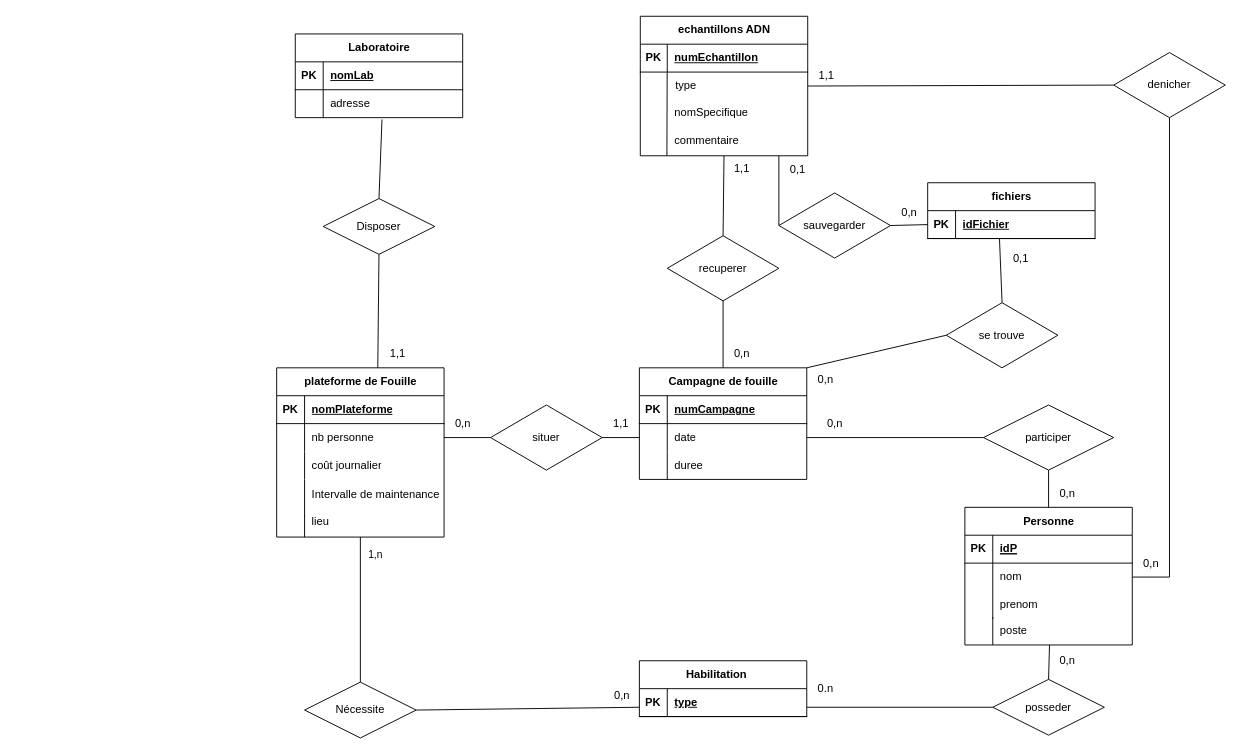
JorisVachey/SAE_ADN keeps this draw.io diagram as SAE ADN.drawio.xml. Above is the earlier version. Source tidied: cells renumbered, new cells numbered last; positions are measured from the earlier drawing's top-left corner, leaving out a move shared by most shapes. Both pictures are drawn from the tidied source at 93%, with x=0, y=0 at pixel (276, 16).
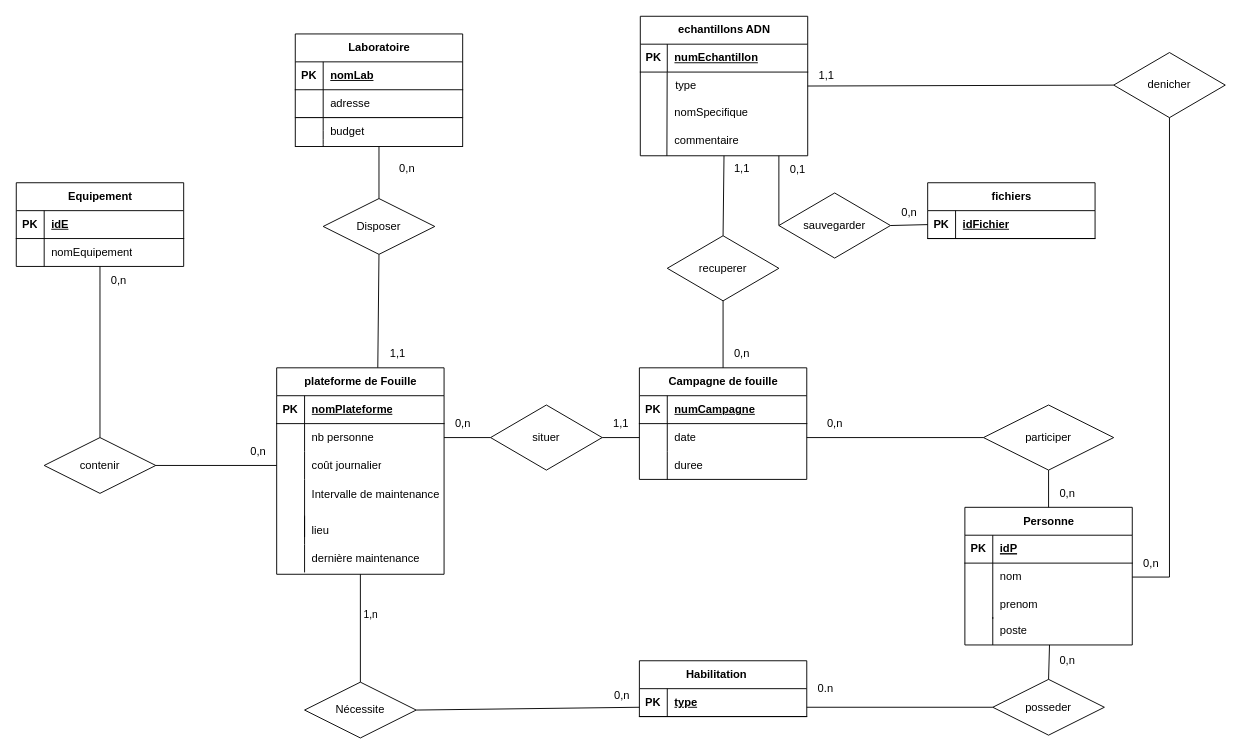
The same diagram, later.

Unchanged cells that the change refers to:
```xml
<mxCell id="9" style="shape=tableRow;horizontal=0;startSize=0;swimlaneHead=0;swimlaneBody=0;fillColor=none;points=[[0,0.5],[1,0.5]];portConstraint=eastwest;top=0;left=0;right=0;bottom=0;" parent="2" vertex="1">
  <mxGeometry y="90" width="180" height="30" as="geometry" />
</mxCell>
<mxCell id="30" value="Campagne de fouille" style="shape=table;startSize=30;childLayout=tableLayout;rowLines=0;fontStyle=1;align=center;html=1;" parent="1" vertex="1">
  <mxGeometry x="390" y="378" width="180" height="120" as="geometry" />
</mxCell>
<mxCell id="50" style="endArrow=none;html=1;rounded=0;exitX=0.5;exitY=0;exitDx=0;exitDy=0;entryX=0.5;entryY=1;entryDx=0;entryDy=0;" parent="1" edge="1" source="46" target="2">
  <mxGeometry relative="1" as="geometry" />
</mxCell>
<mxCell id="75" style="shape=tableRow;horizontal=0;startSize=0;swimlaneHead=0;swimlaneBody=0;fillColor=none;points=[[0,0.5],[1,0.5]];portConstraint=eastwest;top=0;left=0;right=0;bottom=0;" parent="71" vertex="1">
  <mxGeometry y="60" width="180" height="30" as="geometry" />
</mxCell>
<mxCell id="80" value="&lt;div&gt;Disposer&lt;/div&gt;" style="shape=rhombus;perimeter=rhombusPerimeter;whiteSpace=wrap;html=1;align=center;" parent="1" vertex="1">
  <mxGeometry x="50" y="196" width="120" height="60" as="geometry" />
</mxCell>
<mxCell id="92" style="shape=tableRow;horizontal=0;startSize=0;swimlaneHead=0;swimlaneBody=0;fillColor=none;points=[[0,0.5],[1,0.5]];portConstraint=eastwest;top=0;left=0;right=0;bottom=1;" parent="91" vertex="1">
  <mxGeometry y="30" width="180" height="30" as="geometry" />
</mxCell>
```

Diff of the diagram source:
```diff
@@
     <mxCell id="2" value="plateforme de Fouille" style="shape=table;startSize=30;childLayout=tableLayout;rowLines=0;fontStyle=1;align=center;html=1;" parent="1" vertex="1">
-      <mxGeometry y="378" width="180" height="182" as="geometry" />
+      <mxGeometry y="378" width="180" height="222" as="geometry" />
     </mxCell>
@@
+    <mxCell id="113" style="shape=tableRow;horizontal=0;startSize=0;swimlaneHead=0;swimlaneBody=0;fillColor=none;top=0;left=0;right=0;bottom=0;" parent="2" vertex="1">
+      <mxGeometry y="160" width="180" height="30" as="geometry" />
+    </mxCell>
+    <mxCell id="114" style="shape=partialRectangle;fillColor=none;top=0;left=0;bottom=0;right=0;overflow=hidden;whiteSpace=wrap;html=1;" parent="113" vertex="1">
+      <mxGeometry width="30" height="30" as="geometry" />
+    </mxCell>
+    <mxCell id="111" value="lieu" style="shape=partialRectangle;fillColor=none;top=0;left=0;bottom=0;right=0;align=left;spacingLeft=6;overflow=hidden;whiteSpace=wrap;html=1;" parent="113" vertex="1">
+      <mxGeometry x="30" width="150" height="30" as="geometry" />
+    </mxCell>
+    <mxCell id="115" style="shape=tableRow;horizontal=0;startSize=0;swimlaneHead=0;swimlaneBody=0;fillColor=none;top=0;left=0;right=0;bottom=0;" parent="2" vertex="1">
+      <mxGeometry y="190" width="180" height="30" as="geometry" />
+    </mxCell>
+    <mxCell id="116" style="shape=partialRectangle;fillColor=none;top=0;left=0;bottom=0;right=0;overflow=hidden;whiteSpace=wrap;html=1;" parent="115" vertex="1">
+      <mxGeometry width="30" height="30" as="geometry" />
+    </mxCell>
+    <mxCell id="117" value="dernière maintenance" style="shape=partialRectangle;fillColor=none;top=0;left=0;bottom=0;right=0;align=left;spacingLeft=6;overflow=hidden;whiteSpace=wrap;html=1;" parent="115" vertex="1">
+      <mxGeometry x="30" width="150" height="30" as="geometry" />
+    </mxCell>
@@
     <mxCell id="51" value="1,n" style="edgeLabel;html=1;align=center;verticalAlign=middle;" parent="50" vertex="1">
       <mxGeometry x="-0.63" y="-4" relative="1" as="geometry">
-        <mxPoint x="11" y="-109" as="offset" />
+        <mxPoint x="6" y="-52" as="offset" />
       </mxGeometry>
     </mxCell>
@@
-    <mxCell id="68" style="shape=tableRow;horizontal=0;startSize=0;swimlaneHead=0;swimlaneBody=0;fillColor=none;top=0;left=0;right=0;bottom=0;" parent="1" vertex="1">
-      <mxGeometry x="230" y="246" width="150" height="30" as="geometry" />
-    </mxCell>
-    <mxCell id="69" style="shape=partialRectangle;fillColor=none;top=0;left=0;bottom=0;right=0;overflow=hidden;whiteSpace=wrap;html=1;" parent="68" vertex="1">
-      <mxGeometry width="30" height="30" as="geometry" />
-    </mxCell>
@@
-    <mxCell id="81" style="endArrow=none;html=1;rounded=0;entryX=0.518;entryY=1.065;entryDx=0;entryDy=0;entryPerimeter=0;exitX=0.5;exitY=0;exitDx=0;exitDy=0;" parent="1" edge="1" source="80" target="75">
-      <mxGeometry relative="1" as="geometry" />
+    <mxCell id="81" style="endArrow=none;html=1;rounded=0;exitX=0.5;exitY=0;exitDx=0;exitDy=0;" parent="1" edge="1" source="80">
+      <mxGeometry relative="1" as="geometry">
+        <mxPoint x="110" y="140" as="targetPoint" />
+      </mxGeometry>
     </mxCell>
@@
-    <mxCell id="85" value="&lt;div&gt;1,1&lt;/div&gt;" style="text;html=1;align=center;verticalAlign=middle;strokeColor=none;fillColor=none;" parent="1" vertex="1">
-      <mxGeometry x="350" y="423" width="40" height="30" as="geometry" />
+    <mxCell id="85" value="&lt;div&gt;0,n&lt;/div&gt;" style="text;html=1;align=center;verticalAlign=middle;strokeColor=none;fillColor=none;" parent="1" vertex="1">
+      <mxGeometry x="180" y="423" width="40" height="30" as="geometry" />
     </mxCell>
@@
-    <mxCell id="89" value="&lt;div&gt;0,n&lt;/div&gt;" style="text;html=1;align=center;verticalAlign=middle;strokeColor=none;fillColor=none;" parent="1" vertex="1">
-      <mxGeometry x="180" y="423" width="40" height="30" as="geometry" />
+    <mxCell id="89" value="1,1" style="text;html=1;align=center;verticalAlign=middle;strokeColor=none;fillColor=none;" parent="1" vertex="1">
+      <mxGeometry x="350" y="423" width="40" height="30" as="geometry" />
     </mxCell>
@@
-    <mxCell id="99" value="se trouve" style="rhombus;whiteSpace=wrap;html=1;" parent="1" vertex="1">
-      <mxGeometry x="720" y="308" width="120" height="70" as="geometry" />
-    </mxCell>
-    <mxCell id="100" style="endArrow=none;html=1;rounded=0;exitX=1;exitY=0;exitDx=0;exitDy=0;entryX=0;entryY=0.5;entryDx=0;entryDy=0;" parent="1" edge="1" source="30" target="99">
-      <mxGeometry relative="1" as="geometry" />
-    </mxCell>
-    <mxCell id="101" style="endArrow=none;html=1;rounded=0;exitX=0.429;exitY=1.014;exitDx=0;exitDy=0;entryX=0.5;entryY=0;entryDx=0;entryDy=0;exitPerimeter=0;" parent="1" edge="1" source="92" target="99">
-      <mxGeometry relative="1" as="geometry" />
-    </mxCell>
@@
-    <mxCell id="104" value="&lt;div&gt;0,n&lt;/div&gt;" style="text;html=1;align=center;verticalAlign=middle;strokeColor=none;fillColor=none;" parent="1" vertex="1">
-      <mxGeometry x="570" y="376" width="40" height="30" as="geometry" />
-    </mxCell>
@@
-    <mxCell id="107" value="0,1" style="text;html=1;align=center;verticalAlign=middle;strokeColor=none;fillColor=none;" parent="1" vertex="1">
-      <mxGeometry x="780" y="246" width="40" height="30" as="geometry" />
-    </mxCell>
@@
-    <mxCell id="111" value="lieu" style="shape=partialRectangle;fillColor=none;top=0;left=0;bottom=0;right=0;align=left;spacingLeft=6;overflow=hidden;whiteSpace=wrap;html=1;" parent="1" vertex="1">
-      <mxGeometry x="30" y="525" width="150" height="35" as="geometry" />
-    </mxCell>
@@
+    <mxCell id="118" value="Equipement" style="shape=table;startSize=30;childLayout=tableLayout;rowLines=0;fontStyle=1;align=center;html=1;" parent="1" vertex="1">
+      <mxGeometry x="-280" y="179" width="180" height="90" as="geometry" />
+    </mxCell>
+    <mxCell id="119" style="shape=tableRow;horizontal=0;startSize=0;swimlaneHead=0;swimlaneBody=0;fillColor=none;top=0;left=0;right=0;bottom=1;" parent="118" vertex="1">
+      <mxGeometry y="30" width="180" height="30" as="geometry" />
+    </mxCell>
+    <mxCell id="120" value="PK" style="shape=partialRectangle;fillColor=none;top=0;left=0;bottom=0;right=0;fontStyle=1;overflow=hidden;whiteSpace=wrap;html=1;" parent="119" vertex="1">
+      <mxGeometry width="30" height="30" as="geometry" />
+    </mxCell>
+    <mxCell id="121" value="&lt;div&gt;idE&lt;/div&gt;" style="shape=partialRectangle;fillColor=none;top=0;left=0;bottom=0;right=0;align=left;spacingLeft=6;fontStyle=5;overflow=hidden;whiteSpace=wrap;html=1;" parent="119" vertex="1">
+      <mxGeometry x="30" width="150" height="30" as="geometry" />
+    </mxCell>
+    <mxCell id="122" style="shape=tableRow;horizontal=0;startSize=0;swimlaneHead=0;swimlaneBody=0;fillColor=none;top=0;left=0;right=0;bottom=0;" parent="118" vertex="1">
+      <mxGeometry y="60" width="180" height="30" as="geometry" />
+    </mxCell>
+    <mxCell id="123" style="shape=partialRectangle;fillColor=none;top=0;left=0;bottom=0;right=0;overflow=hidden;whiteSpace=wrap;html=1;" parent="122" vertex="1">
+      <mxGeometry width="30" height="30" as="geometry" />
+    </mxCell>
+    <mxCell id="124" value="nomEquipement" style="shape=partialRectangle;fillColor=none;top=0;left=0;bottom=0;right=0;align=left;spacingLeft=6;overflow=hidden;whiteSpace=wrap;html=1;" parent="122" vertex="1">
+      <mxGeometry x="30" width="150" height="30" as="geometry" />
+    </mxCell>
+    <mxCell id="125" value="contenir" style="shape=rhombus;perimeter=rhombusPerimeter;whiteSpace=wrap;html=1;align=center;" parent="1" vertex="1">
+      <mxGeometry x="-250" y="453" width="120" height="60" as="geometry" />
+    </mxCell>
+    <mxCell id="126" style="endArrow=none;html=1;rounded=0;exitX=0.5;exitY=0;exitDx=0;exitDy=0;entryX=0.5;entryY=1;entryDx=0;entryDy=0;" parent="1" edge="1" source="125" target="118">
+      <mxGeometry relative="1" as="geometry">
+        <Array as="points">
+          <mxPoint x="-190" y="290" />
+        </Array>
+      </mxGeometry>
+    </mxCell>
+    <mxCell id="127" style="endArrow=none;html=1;rounded=0;entryX=1;entryY=0.5;entryDx=0;entryDy=0;exitX=0;exitY=0.5;exitDx=0;exitDy=0;" parent="1" edge="1" source="9" target="125">
+      <mxGeometry relative="1" as="geometry" />
+    </mxCell>
+    <mxCell id="128" value="0,n" style="text;html=1;align=center;verticalAlign=middle;strokeColor=none;fillColor=none;" parent="1" vertex="1">
+      <mxGeometry x="-190" y="269" width="40" height="30" as="geometry" />
+    </mxCell>
+    <mxCell id="129" value="0,n" style="text;html=1;align=center;verticalAlign=middle;strokeColor=none;fillColor=none;" parent="1" vertex="1">
+      <mxGeometry x="-40" y="453" width="40" height="30" as="geometry" />
+    </mxCell>
+    <mxCell id="130" style="rounded=0;whiteSpace=wrap;html=1;" parent="1" vertex="1">
+      <mxGeometry x="20" y="109" width="180" height="31" as="geometry" />
+    </mxCell>
+    <mxCell id="131" style="endArrow=none;html=1;rounded=0;fontSize=12;startSize=8;endSize=8;curved=1;entryX=0.165;entryY=0.016;entryDx=0;entryDy=0;entryPerimeter=0;exitX=0.165;exitY=1.004;exitDx=0;exitDy=0;exitPerimeter=0;" parent="1" edge="1">
+      <mxGeometry relative="1" as="geometry">
+        <mxPoint x="50" y="140" as="sourcePoint" />
+        <mxPoint x="50" y="109.4" as="targetPoint" />
+      </mxGeometry>
+    </mxCell>
+    <mxCell id="132" value="budget" style="shape=partialRectangle;fillColor=none;top=0;left=0;bottom=0;right=0;align=left;spacingLeft=6;overflow=hidden;whiteSpace=wrap;html=1;" parent="1" vertex="1">
+      <mxGeometry x="50" y="109" width="150" height="30" as="geometry" />
+    </mxCell>
+    <mxCell id="133" value="0,n" style="text;html=1;align=center;verticalAlign=middle;strokeColor=none;fillColor=none;" parent="1" vertex="1">
+      <mxGeometry x="120" y="149" width="40" height="30" as="geometry" />
+    </mxCell>
```
